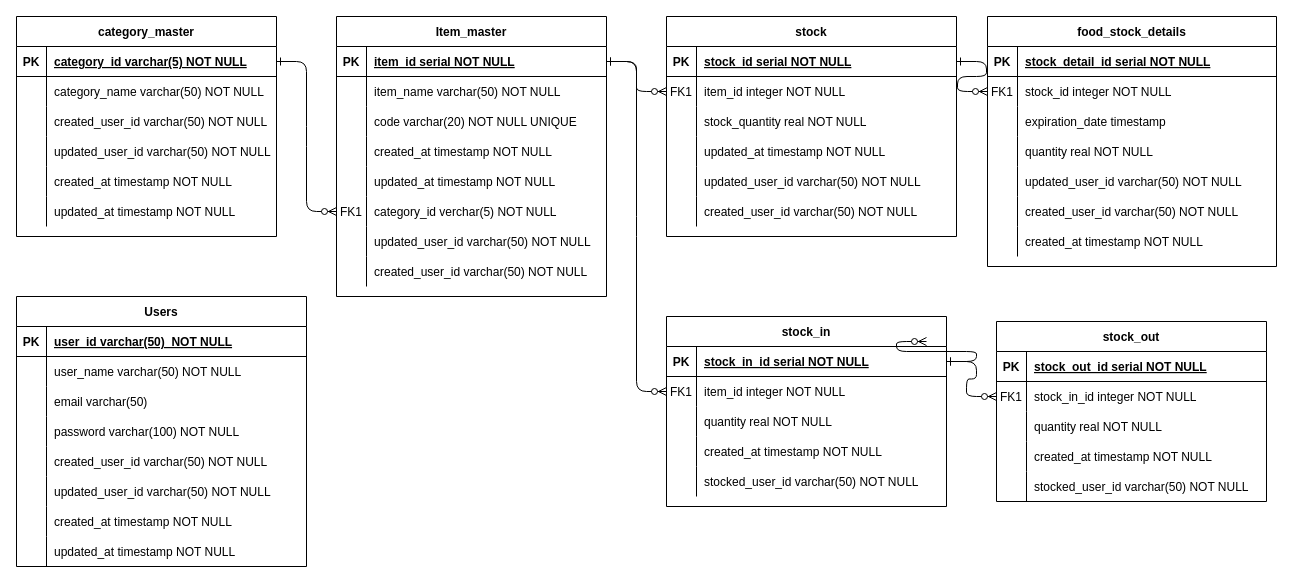
Earlier version of the draw.io diagram architecture/ER.drawio (takuminish/homeStockManagementSystem). Source tidied: cells renumbered, new cells numbered last; positions are measured from the earlier drawing's top-left corner, leaving out a move shared by most shapes. Both pictures are drawn from the tidied source at 100%, with x=0, y=0 at pixel (16, 16).
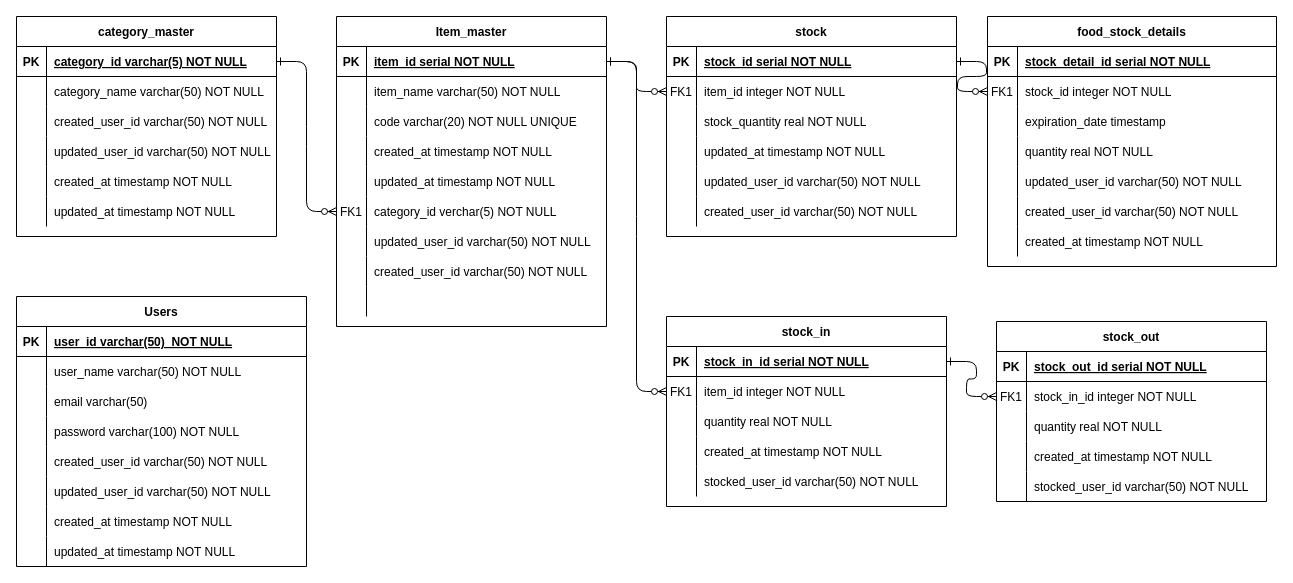
The same page after the edit.

Commit message (it also covers changes not shown here):
商品ごとに追加購入の基準値を管理するようにする

The change refers to these unchanged cells:
```xml
<mxCell id="73" style="shape=partialRectangle;fillColor=none;points=[[0,0.5],[1,0.5]];portConstraint=eastwest;top=0;left=0;right=0;bottom=1;" parent="72" vertex="1">
  <mxGeometry y="30" width="280" height="30" as="geometry" />
</mxCell>
```

Change to the diagram source:
```diff
@@
     <mxCell id="47" value="Item_master" style="shape=table;startSize=30;childLayout=tableLayout;rowLines=0;fontStyle=1;align=center;" parent="1" vertex="1">
-      <mxGeometry x="320" width="270" height="280" as="geometry" />
+      <mxGeometry x="320" width="270" height="310" as="geometry" />
     </mxCell>
@@
+    <mxCell id="150" style="shape=partialRectangle;fillColor=none;top=0;left=0;right=0;bottom=0;" parent="47" vertex="1">
+      <mxGeometry y="270" width="270" height="30" as="geometry" />
+    </mxCell>
+    <mxCell id="151" style="shape=partialRectangle;overflow=hidden;fillColor=none;top=0;left=0;bottom=0;right=0;" parent="150" vertex="1">
+      <mxGeometry width="30" height="30" as="geometry" />
+    </mxCell>
+    <mxCell id="152" style="shape=partialRectangle;overflow=hidden;fillColor=none;top=0;left=0;bottom=0;right=0;align=left;spacingLeft=6;" parent="150" vertex="1">
+      <mxGeometry x="30" width="240" height="30" as="geometry" />
+    </mxCell>
@@
-    <mxCell id="147" style="edgeStyle=entityRelationEdgeStyle;endArrow=ERzeroToMany;startArrow=ERone;endFill=1;startFill=0;entryX=0;entryY=0.5;entryDx=0;entryDy=0;exitX=1;exitY=0.5;exitDx=0;exitDy=0;" parent="1" edge="1" source="73">
-      <mxGeometry relative="1" as="geometry">
-        <mxPoint x="910" y="325" as="targetPoint" />
-      </mxGeometry>
-    </mxCell>
```
